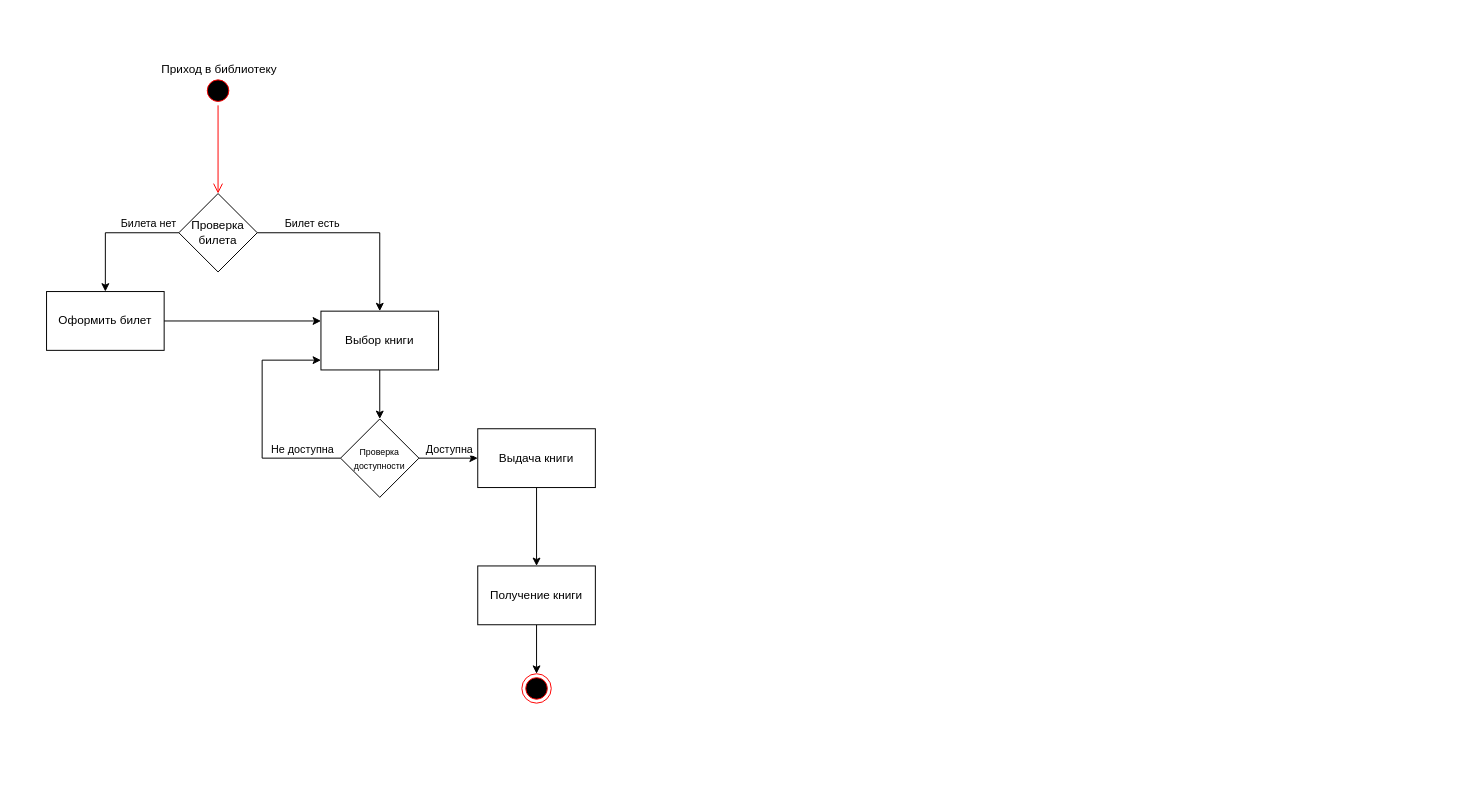
JTamahi/Module12_Practice keeps this draw.io diagram as Module12_Practice_Part1.drawio. Above is the earlier version. Source tidied: cells renumbered, new cells numbered last; positions are measured from the earlier drawing's top-left corner, leaving out a move shared by most shapes. Both pictures are drawn from the tidied source at 98%, with x=0, y=0 at pixel (46, 75).
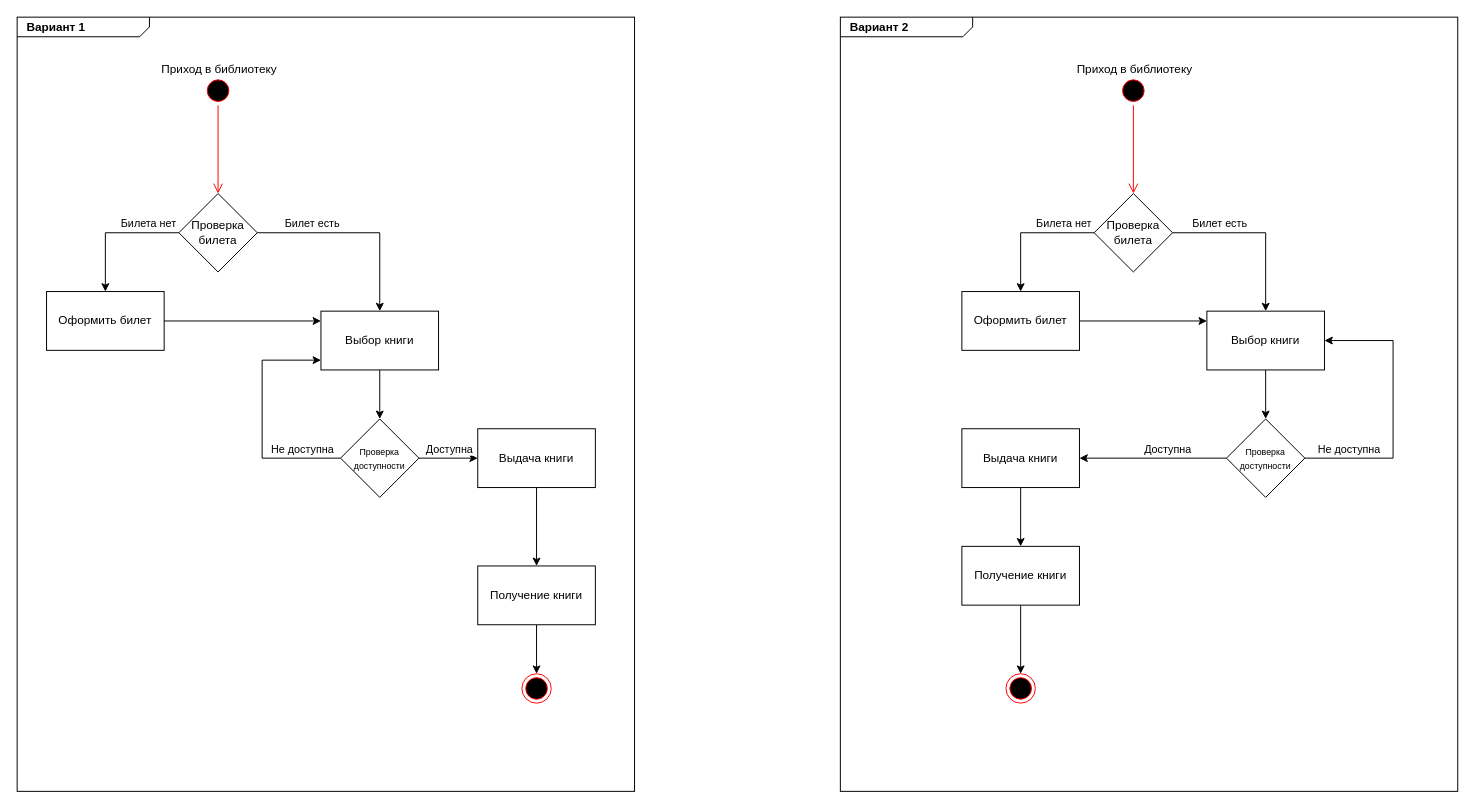
The same diagram, later.

Diff of the diagram source:
```diff
@@
+    <mxCell id="24" value="&lt;p style=&quot;margin:0px;margin-top:4px;margin-left:10px;text-align:left;&quot;&gt;&lt;b&gt;Вариант 2&lt;/b&gt;&lt;/p&gt;" style="html=1;shape=mxgraph.sysml.package;align=left;spacingLeft=5;verticalAlign=top;spacingTop=-3;labelX=135;html=1;overflow=fill;" parent="1" vertex="1">
+      <mxGeometry x="810" y="-60" width="630" height="790" as="geometry" />
+    </mxCell>
+    <mxCell id="25" value="&lt;p style=&quot;margin:0px;margin-top:4px;margin-left:10px;text-align:left;&quot;&gt;&lt;b&gt;Вариант 1&lt;/b&gt;&lt;/p&gt;" style="html=1;shape=mxgraph.sysml.package;align=left;spacingLeft=5;verticalAlign=top;spacingTop=-3;labelX=135;html=1;overflow=fill;" parent="1" vertex="1">
+      <mxGeometry x="-30" y="-60" width="630" height="790" as="geometry" />
+    </mxCell>
@@
+    <mxCell id="26" style="ellipse;html=1;shape=startState;fillColor=#000000;strokeColor=#ff0000;" parent="1" vertex="1">
+      <mxGeometry x="1094" width="30" height="30" as="geometry" />
+    </mxCell>
+    <mxCell id="27" style="edgeStyle=orthogonalEdgeStyle;html=1;verticalAlign=bottom;endArrow=open;endSize=8;strokeColor=#ff0000;rounded=0;" parent="1" edge="1" source="26" target="33">
+      <mxGeometry relative="1" as="geometry" />
+    </mxCell>
+    <mxCell id="28" value="&lt;span style=&quot;font-size: 12px;&quot;&gt;Приход в библиотеку&lt;/span&gt;" style="edgeLabel;html=1;align=center;verticalAlign=middle;" parent="27" vertex="1">
+      <mxGeometry x="-0.92" relative="1" as="geometry">
+        <mxPoint y="-42" as="offset" />
+      </mxGeometry>
+    </mxCell>
+    <mxCell id="29" style="edgeStyle=orthogonalEdgeStyle;rounded=0;jettySize=auto;html=1;" parent="1" edge="1" source="33" target="35">
+      <mxGeometry relative="1" as="geometry" />
+    </mxCell>
+    <mxCell id="30" value="Билет есть" style="edgeLabel;html=1;align=center;verticalAlign=middle;" parent="29" vertex="1">
+      <mxGeometry x="-0.46" y="2" relative="1" as="geometry">
+        <mxPoint y="-8" as="offset" />
+      </mxGeometry>
+    </mxCell>
+    <mxCell id="31" style="edgeStyle=orthogonalEdgeStyle;rounded=0;jettySize=auto;html=1;entryX=0.5;entryY=0;entryDx=0;entryDy=0;" parent="1" edge="1" source="33" target="46">
+      <mxGeometry relative="1" as="geometry" />
+    </mxCell>
+    <mxCell id="32" value="Билета нет" style="edgeLabel;html=1;align=center;verticalAlign=middle;" parent="31" vertex="1">
+      <mxGeometry x="-0.52" y="-1" relative="1" as="geometry">
+        <mxPoint y="-9" as="offset" />
+      </mxGeometry>
+    </mxCell>
+    <mxCell id="33" value="Проверка билета" style="rhombus;whiteSpace=wrap;html=1;" parent="1" vertex="1">
+      <mxGeometry x="1069" y="120" width="80" height="80" as="geometry" />
+    </mxCell>
+    <mxCell id="34" style="edgeStyle=orthogonalEdgeStyle;rounded=0;jettySize=auto;html=1;entryX=0.5;entryY=0;entryDx=0;entryDy=0;" parent="1" edge="1" source="35" target="40">
+      <mxGeometry relative="1" as="geometry" />
+    </mxCell>
+    <mxCell id="35" value="Выбор книги" style="whiteSpace=wrap;html=1;" parent="1" vertex="1">
+      <mxGeometry x="1184" y="240" width="120" height="60" as="geometry" />
+    </mxCell>
+    <mxCell id="36" style="edgeStyle=orthogonalEdgeStyle;rounded=0;jettySize=auto;html=1;exitX=1;exitY=0.5;exitDx=0;exitDy=0;entryX=1;entryY=0.5;entryDx=0;entryDy=0;" parent="1" edge="1" source="40" target="35">
+      <mxGeometry relative="1" as="geometry">
+        <Array as="points">
+          <mxPoint x="1374" y="390" />
+          <mxPoint x="1374" y="270" />
+        </Array>
+      </mxGeometry>
+    </mxCell>
+    <mxCell id="37" value="Не доступна" style="edgeLabel;html=1;align=center;verticalAlign=middle;" parent="36" vertex="1">
+      <mxGeometry x="-0.56" relative="1" as="geometry">
+        <mxPoint x="-18" y="-10" as="offset" />
+      </mxGeometry>
+    </mxCell>
+    <mxCell id="38" style="edgeStyle=orthogonalEdgeStyle;rounded=0;jettySize=auto;html=1;exitX=0;exitY=0.5;exitDx=0;exitDy=0;" parent="1" edge="1" source="40" target="42">
+      <mxGeometry relative="1" as="geometry" />
+    </mxCell>
+    <mxCell id="39" value="Доступна" style="edgeLabel;html=1;align=center;verticalAlign=middle;" parent="38" vertex="1">
+      <mxGeometry x="-0.37" y="3" relative="1" as="geometry">
+        <mxPoint x="-14" y="-13" as="offset" />
+      </mxGeometry>
+    </mxCell>
+    <mxCell id="40" value="&lt;font style=&quot;font-size: 9px;&quot;&gt;Проверка доступности&lt;/font&gt;" style="rhombus;whiteSpace=wrap;html=1;" parent="1" vertex="1">
+      <mxGeometry x="1204" y="350" width="80" height="80" as="geometry" />
+    </mxCell>
+    <mxCell id="41" style="edgeStyle=orthogonalEdgeStyle;rounded=0;jettySize=auto;html=1;" parent="1" edge="1" source="42" target="44">
+      <mxGeometry relative="1" as="geometry" />
+    </mxCell>
+    <mxCell id="42" value="Выдача книги" style="whiteSpace=wrap;html=1;" parent="1" vertex="1">
+      <mxGeometry x="934" y="360" width="120" height="60" as="geometry" />
+    </mxCell>
+    <mxCell id="43" style="edgeStyle=orthogonalEdgeStyle;rounded=0;jettySize=auto;html=1;entryX=0.5;entryY=0;entryDx=0;entryDy=0;" parent="1" edge="1" source="44" target="45">
+      <mxGeometry relative="1" as="geometry" />
+    </mxCell>
+    <mxCell id="44" value="Получение книги" style="whiteSpace=wrap;html=1;" parent="1" vertex="1">
+      <mxGeometry x="934" y="480" width="120" height="60" as="geometry" />
+    </mxCell>
+    <mxCell id="45" style="ellipse;html=1;shape=endState;fillColor=#000000;strokeColor=#ff0000;" parent="1" vertex="1">
+      <mxGeometry x="979" y="610" width="30" height="30" as="geometry" />
+    </mxCell>
+    <mxCell id="46" value="Оформить билет" style="whiteSpace=wrap;html=1;" parent="1" vertex="1">
+      <mxGeometry x="934" y="220" width="120" height="60" as="geometry" />
+    </mxCell>
+    <mxCell id="47" style="edgeStyle=orthogonalEdgeStyle;rounded=0;jettySize=auto;html=1;entryX=0;entryY=0.167;entryDx=0;entryDy=0;entryPerimeter=0;" parent="1" edge="1" source="46" target="35">
+      <mxGeometry relative="1" as="geometry" />
+    </mxCell>
```
